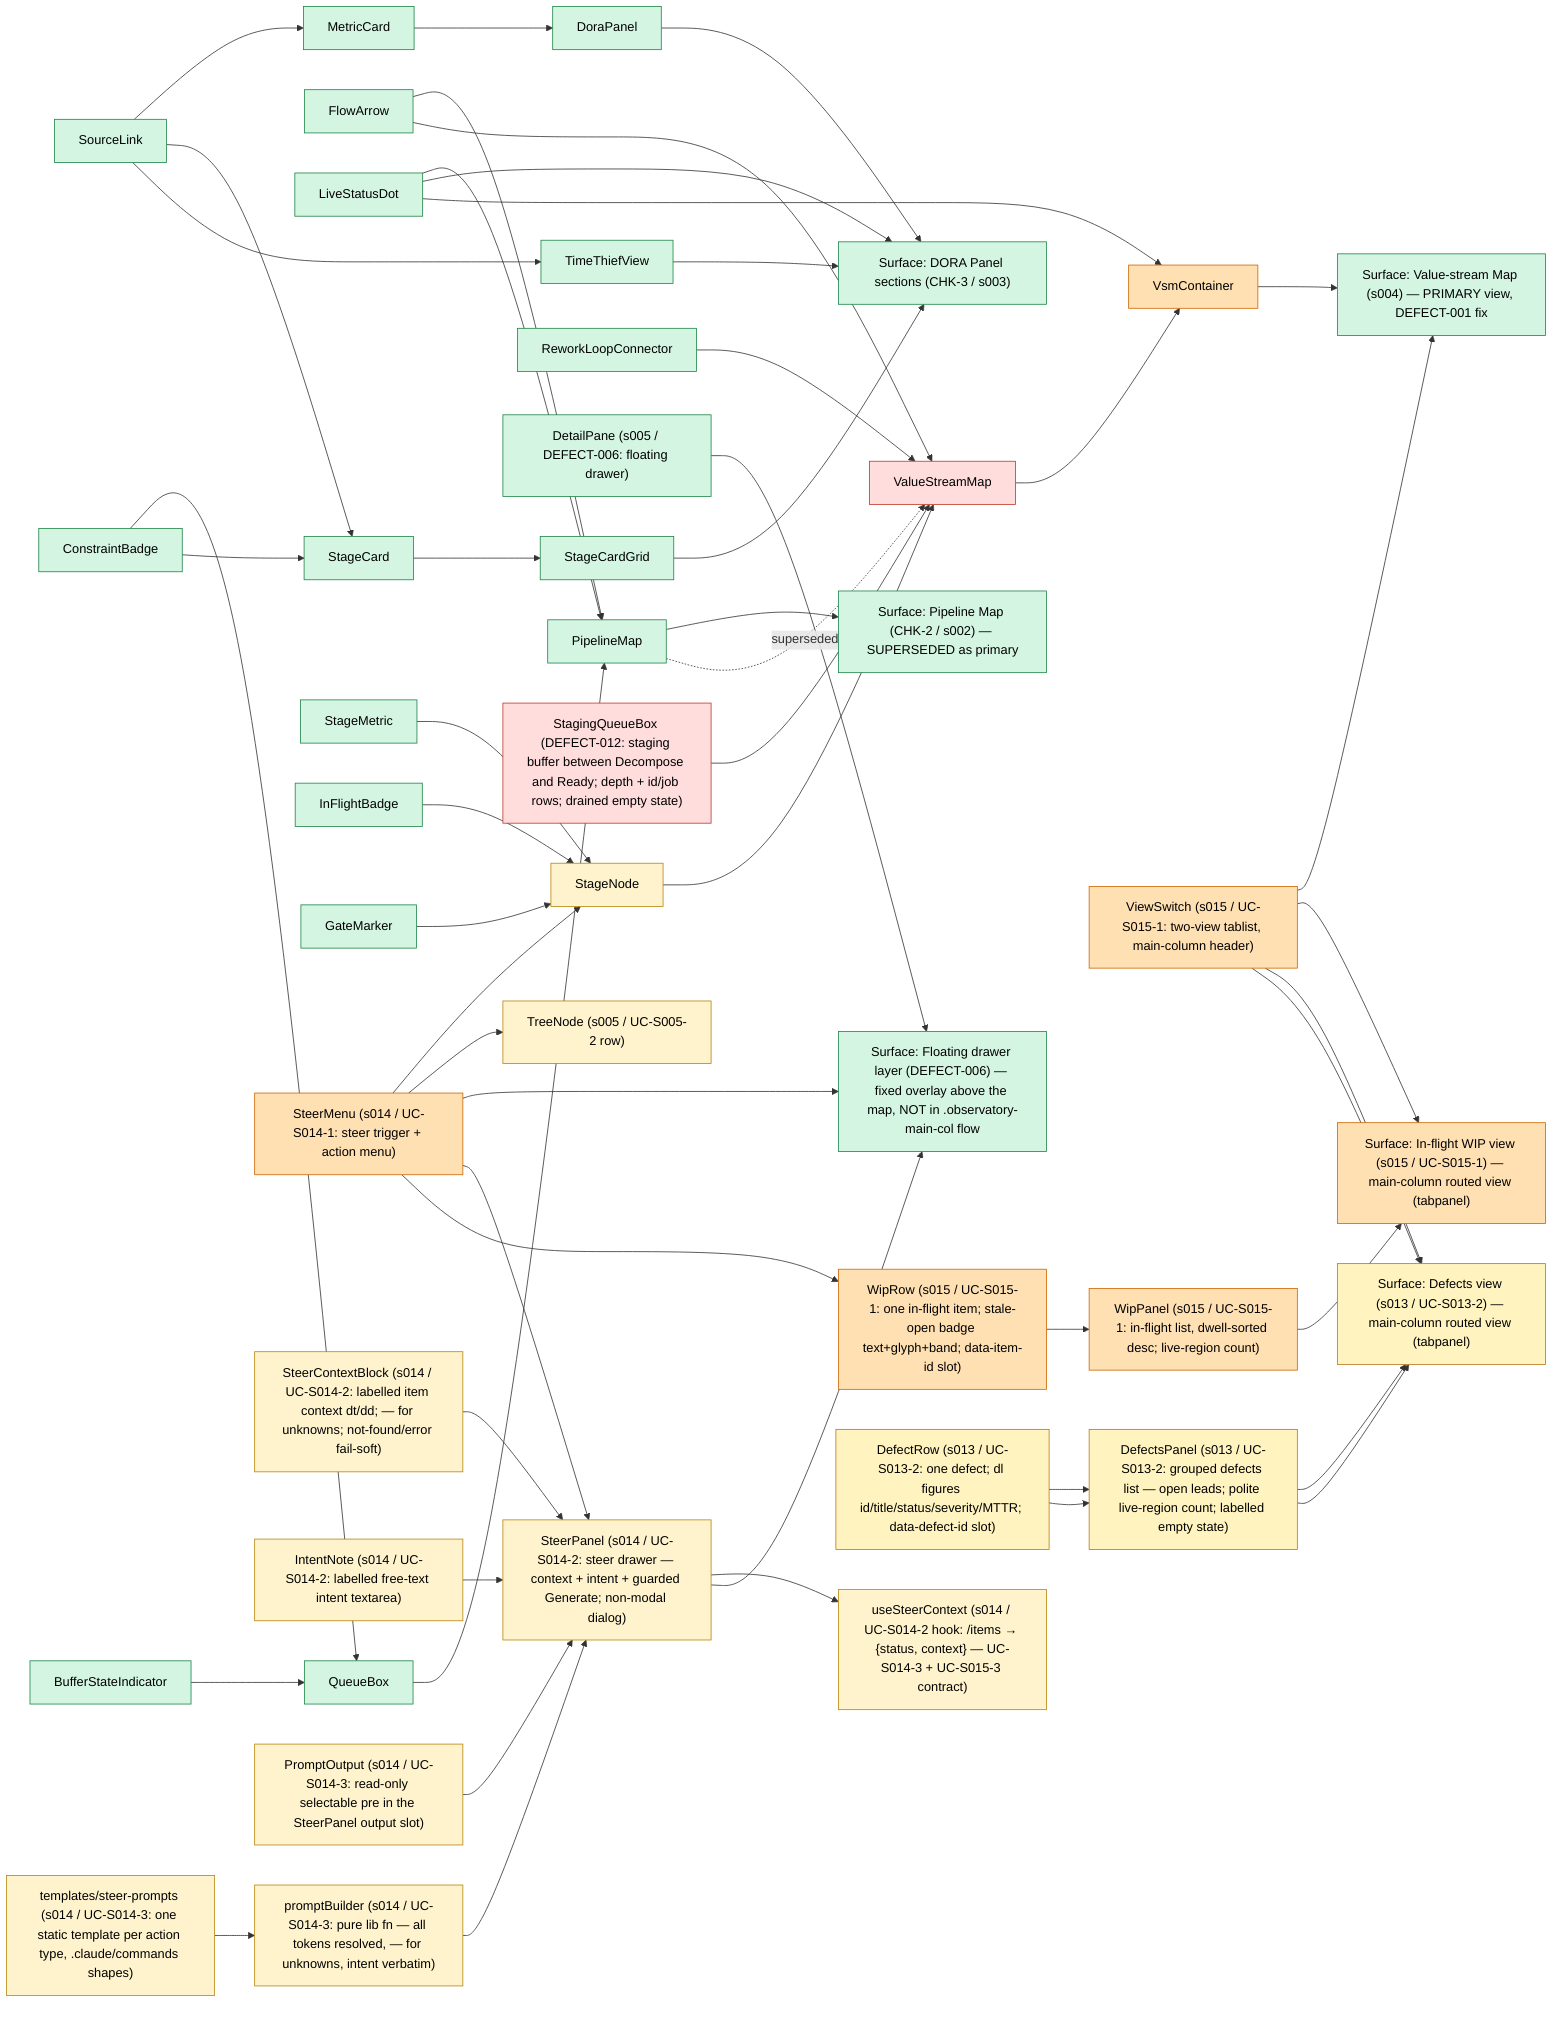
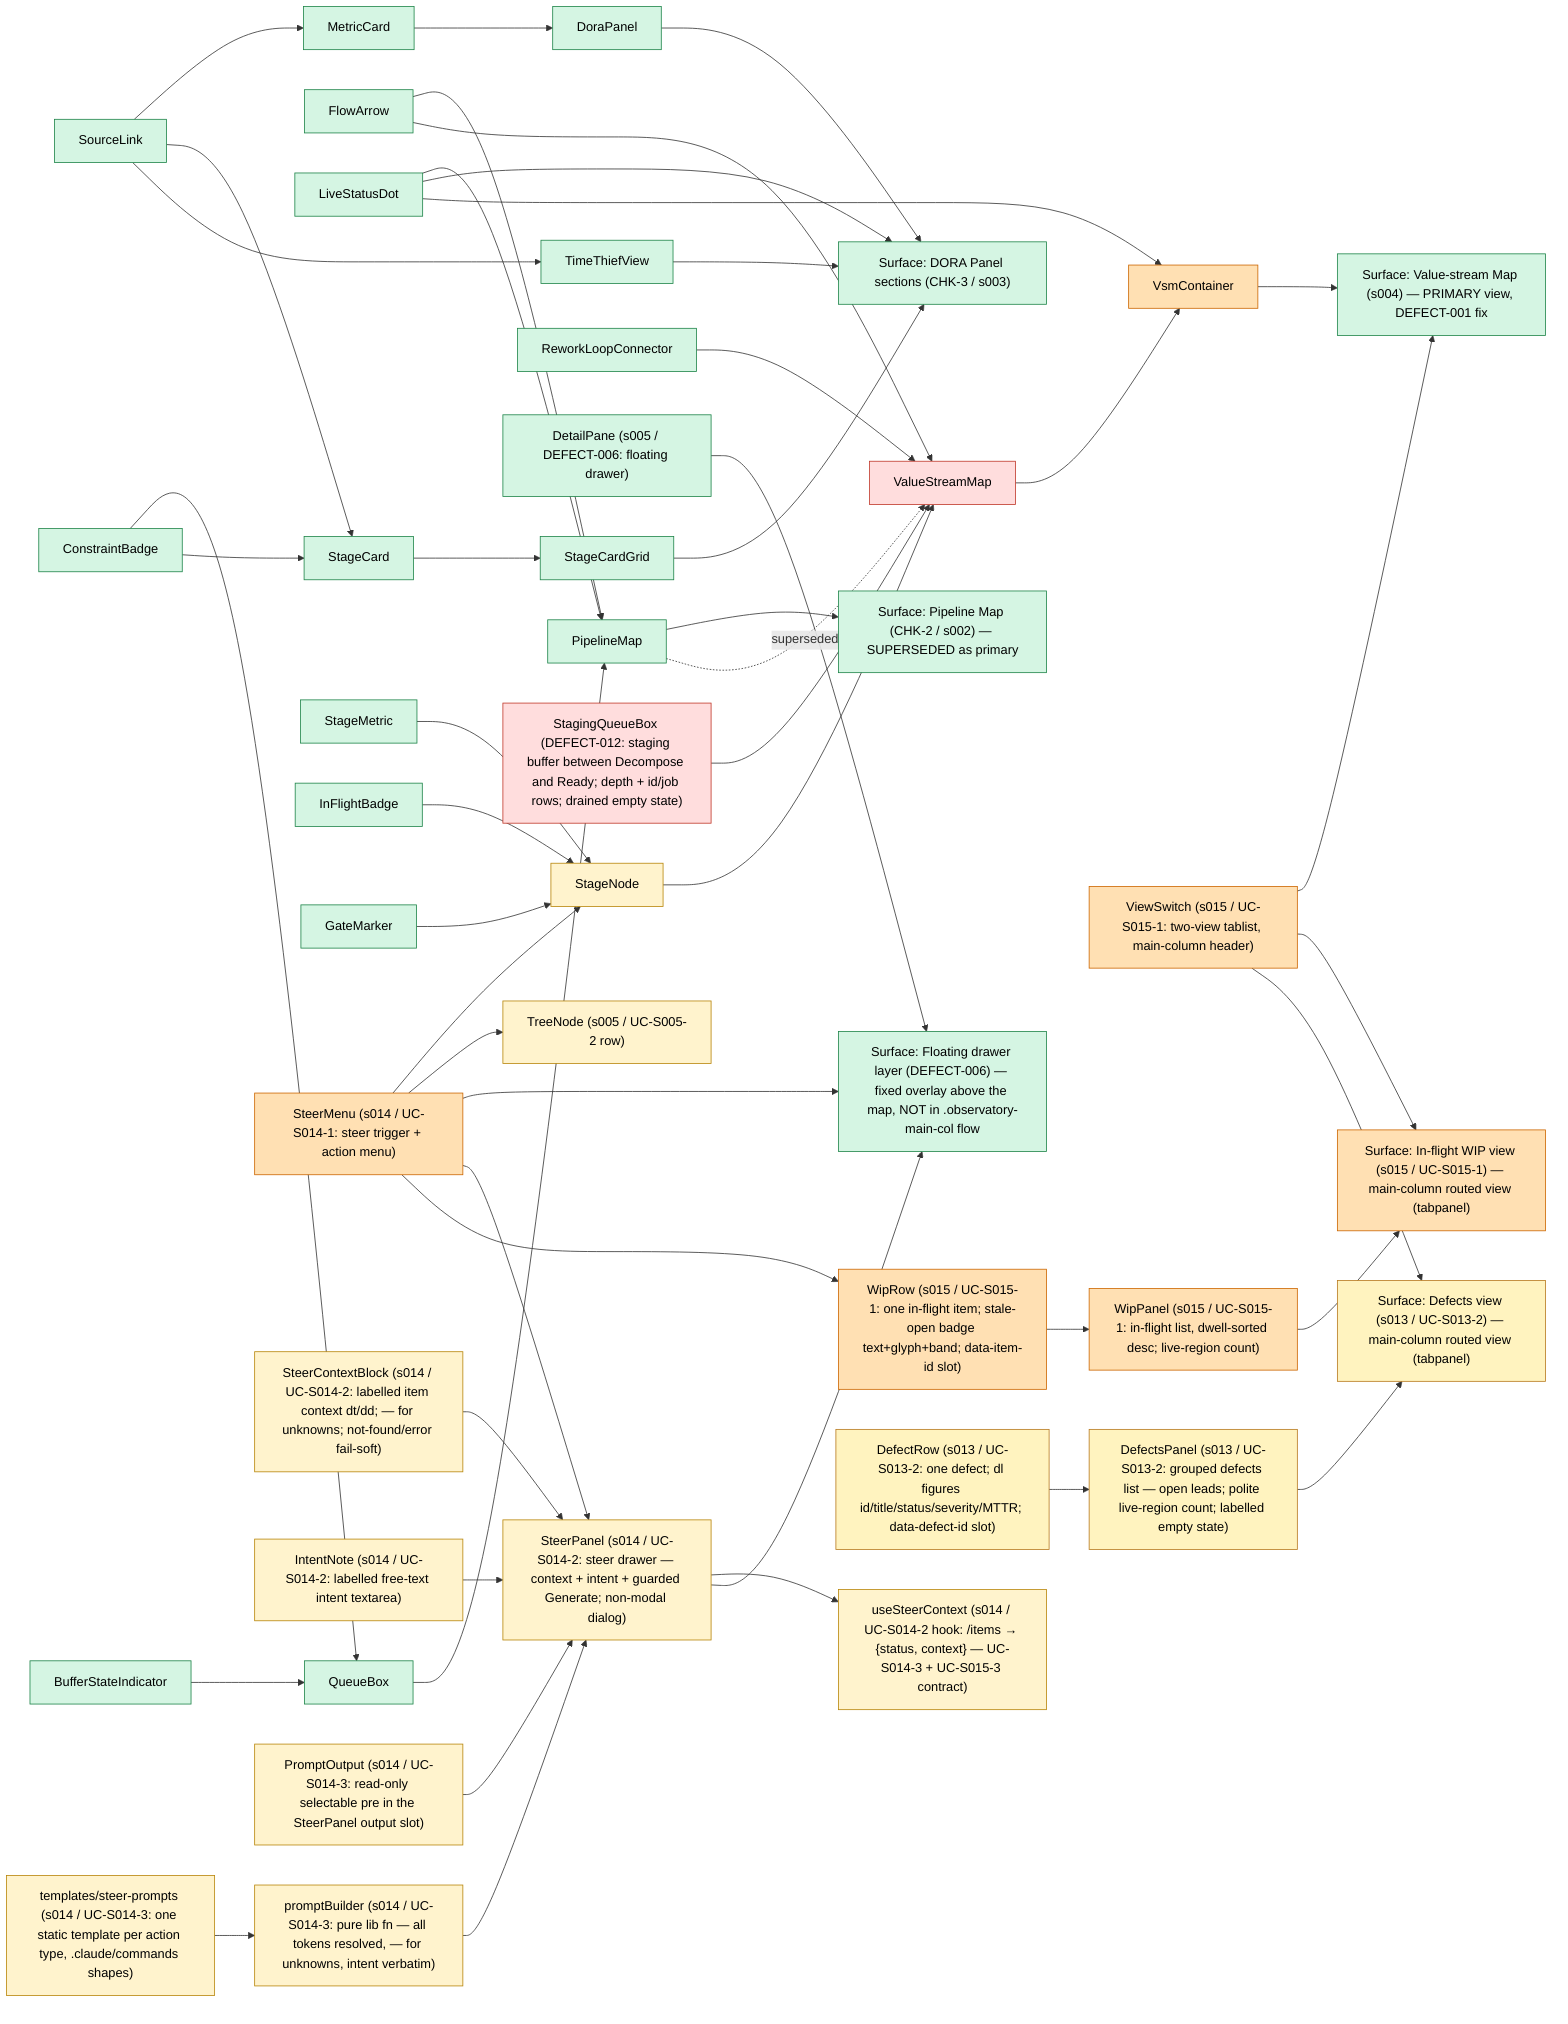
%% Observatory UI change-impact model — design-system components -> surfaces that use them.
%% Owner: ui-designer. Edges = "used by". Nodes/edges added or re-pointed in a commit
%% are marked `class ... changed` in the SAME commit; the tester consumes the marks
%% as the UI test-plan input, then they are cleared at slice delivery.
%% Seeded: s002-pipeline-map (CHK-2) — DELIVERED 2026-06-09T02:22:00Z; all nodes stable.
graph LR
  %% --- surfaces ---
  PipelineMapScreen["Surface: Pipeline Map (CHK-2 / s002) — SUPERSEDED as primary"]
  DoraPanelScreen["Surface: DORA Panel sections (CHK-3 / s003)"]
  ValueStreamScreen["Surface: Value-stream Map (s004) — PRIMARY view, DEFECT-001 fix"]
  ObservatoryDrawerLayer["Surface: Floating drawer layer (DEFECT-006) — fixed overlay above the map, NOT in .observatory-main-col flow"]

  %% --- design-system components ---
  PipelineMap["PipelineMap"]
  QueueBox["QueueBox"]
  BufferStateIndicator["BufferStateIndicator"]
  ConstraintBadge["ConstraintBadge"]
  FlowArrow["FlowArrow"]
  LiveStatusDot["LiveStatusDot"]
  DoraPanel["DoraPanel"]
  MetricCard["MetricCard"]
  StageCardGrid["StageCardGrid"]
  StageCard["StageCard"]
  TimeThiefView["TimeThiefView"]
  SourceLink["SourceLink"]
  %% s004 value-stream components (DEFECT-001 fix) — mounted as the PRIMARY view
  VsmContainer["VsmContainer"]
  ValueStreamMap["ValueStreamMap"]
  StageNode["StageNode"]
  StageMetric["StageMetric"]
  InFlightBadge["InFlightBadge"]
  GateMarker["GateMarker"]
  ReworkLoopConnector["ReworkLoopConnector"]

  %% --- used-by edges ---
  PipelineMap --> PipelineMapScreen
  QueueBox --> PipelineMap
  BufferStateIndicator --> QueueBox
  ConstraintBadge --> QueueBox
  FlowArrow --> PipelineMap
  LiveStatusDot --> PipelineMap
  %% CHK-3 (s003) used-by edges
  DoraPanel --> DoraPanelScreen
  StageCardGrid --> DoraPanelScreen
  TimeThiefView --> DoraPanelScreen
  MetricCard --> DoraPanel
  StageCard --> StageCardGrid
  ConstraintBadge --> StageCard
  SourceLink --> MetricCard
  SourceLink --> StageCard
  SourceLink --> TimeThiefView
  LiveStatusDot --> DoraPanelScreen
  %% s004 (DEFECT-001) used-by edges — the value-stream map becomes the primary surface.
  %% Runtime routing path: main.jsx mounts VsmContainer (NOT MapContainer) → ValueStreamMap.
  VsmContainer --> ValueStreamScreen
  ValueStreamMap --> VsmContainer
  StageNode --> ValueStreamMap
  StageMetric --> StageNode
  InFlightBadge --> StageNode
  GateMarker --> StageNode
  ReworkLoopConnector --> ValueStreamMap
  FlowArrow --> ValueStreamMap
  LiveStatusDot --> VsmContainer
  %% supersession: PipelineMap is no longer mounted as the primary view (still in tree, tested).
  PipelineMap -. superseded-by .-> ValueStreamMap

  %% DEFECT-006: DetailPane RE-POINTED — was an in-flow sibling of ValueStreamMap inside
  %% .observatory-main-col (reflowed the map); now a position:fixed floating drawer on its
  %% own overlay layer. The re-point is the regression-guard input for the tester (GEO-S005-3b).
  DetailPane["DetailPane (s005 / DEFECT-006: floating drawer)"]
  DetailPane --> ObservatoryDrawerLayer

  %% s014 / UC-S014-1: SteerMenu (NEW) — per-item steer trigger + body-portalled
  %% role=menu popover (4 action types). Composed READ-ONLY into the queue chips
  %% (StageNode) and the tree rows (TreeNode); onSteer(itemId, actionType) prop
  %% slot threads VsmContainer→ValueStreamMap→StageNode and WorkItemTree→TreeNode
  %% (no host logic change). The popover renders on the fixed-overlay layer
  %% (DEFECT-006 discipline) — zero flow height, own stacking context.
  %% NOTE for tester: trigger carries data-steer-item-id (NOT data-item-id — that
  %% stays the treeitem's unique selector); MetricSource reveal panels are now
  %% pointer-events:none so they cannot intercept clicks on the chips' triggers.
  TreeNode["TreeNode (s005 / UC-S005-2 row)"]
  SteerMenu["SteerMenu (s014 / UC-S014-1: steer trigger + action menu)"]
  SteerMenu --> StageNode
  SteerMenu --> TreeNode
  SteerMenu --> ObservatoryDrawerLayer

  %% s014 / UC-S014-2: SteerPanel (NEW) — the right-anchored NON-MODAL steer
  %% drawer the SteerMenu opens (DetailPane drawer IDIOM, not the component):
  %% position:fixed + portalled to document.body, z = --z-drawer + 1 (topmost
  %% over a co-open DetailPane). Regions: header → SteerContextBlock (labelled
  %% dt/dd context, data-source anchor) → IntentNote textarea → guarded
  %% "Generate prompt" (aria-disabled until ≥1 char) → UC-S014-3 output SLOT.
  %% Data: useSteerContext(itemId) fetches the EXISTING /items endpoint
  %% (READ-ONLY; no new route) → {status, context} — the contract UC-S014-3
  %% (promptBuilder) and UC-S015-3 (ReslicePreviewPanel) consume verbatim.
  %% RUNTIME ROUTING for the tester: ObservatoryView now OWNS the steer gesture
  %% — onSteer threads ObservatoryView→WorkItemTreeContainer→WorkItemTree→
  %% TreeNode→SteerMenu AND ObservatoryView→VsmContainer→ValueStreamMap→
  %% StageNode→SteerMenu (UC-S014-1's stub destination is now real); selection
  %% mounts SteerPanelContainer as a layout sibling (body-portalled overlay).
  %% Esc/×/Cancel close → focus RETURNS to the opening steer trigger.
  SteerPanel["SteerPanel (s014 / UC-S014-2: steer drawer — context + intent + guarded Generate; non-modal dialog)"]
  SteerContextBlock["SteerContextBlock (s014 / UC-S014-2: labelled item context dt/dd; — for unknowns; not-found/error fail-soft)"]
  IntentNote["IntentNote (s014 / UC-S014-2: labelled free-text intent textarea)"]
  UseSteerContext["useSteerContext (s014 / UC-S014-2 hook: /items → {status, context} — UC-S014-3 + UC-S015-3 contract)"]
  SteerMenu --> SteerPanel
  SteerPanel --> UseSteerContext
  SteerContextBlock --> SteerPanel
  IntentNote --> SteerPanel
  SteerPanel --> ObservatoryDrawerLayer

  %% s014 / UC-S014-3 THIS commit: promptBuilder (NEW) — PURE lib fn (steer
  %% action type + SteerContext + intent note → filled slash-command prompt;
  %% client-side only, NO server call on Generate). Templates are STATIC
  %% strings, one per action type, shapes matching the committed
  %% .claude/commands (/defect's four REAL fields expected/actual/intent/
  %% importance; /intake priority update; /slice-next re-slice; freeform
  %% custom). RUNTIME ROUTING for the tester: SteerPanelContainer (NOT
  %% ObservatoryView — untouched this UC) owns generation — panel onGenerate →
  %% buildPrompt → `prompt` prop → PromptOutput <pre> rendered INSIDE the
  %% UC-S014-2 reserved slot (prompt-output-slot). Output is SELECTABLE text
  %% (user-select: text); prompt carries item id WITH job sentence + operator
  %% intent VERBATIM, never raw row refs (no sourceRef path / row:N). Copy
  %% button/toast + SSE refresh are UC-S014-4 — pinned ABSENT by
  %% SteerPanelPrompt.test.jsx.
  PromptBuilder["promptBuilder (s014 / UC-S014-3: pure lib fn — all tokens resolved, — for unknowns, intent verbatim)"]
  SteerPromptTemplates["templates/steer-prompts (s014 / UC-S014-3: one static template per action type, .claude/commands shapes)"]
  PromptOutput["PromptOutput (s014 / UC-S014-3: read-only selectable pre in the SteerPanel output slot)"]
  PromptBuilder --> SteerPanel
  SteerPromptTemplates --> PromptBuilder
  PromptOutput --> SteerPanel

  %% s015 / UC-S015-1: WIP navigation panel — ROUTED VIEW (EXP-016). ObservatoryView's
  %% main column gains a ViewSwitch tablist ("Pipeline" | "In-flight WIP") that swaps
  %% the column content between VsmContainer (default) and WipPanel. The two surfaces
  %% NEVER co-exist (inactive tabpanel is hidden AND empty → genuinely unmounted), so
  %% there is no overlay-reflow failure mode by construction (GEO-S015-1).
  %% RUNTIME ROUTING CHANGE for the tester: VsmContainer is now mounted CONDITIONALLY
  %% inside the pipeline tabpanel (was: unconditionally in .observatory-main-col) —
  %% GEO-S015-1 pins that switch-away-and-back restores a byte-identical VSM bbox.
  %% WipRow carries data-item-id — the composition slot UC-S015-2's SteerMenu reads.
  WipViewScreen["Surface: In-flight WIP view (s015 / UC-S015-1) — main-column routed view (tabpanel)"]
  ViewSwitch["ViewSwitch (s015 / UC-S015-1: two-view tablist, main-column header)"]
  WipPanel["WipPanel (s015 / UC-S015-1: in-flight list, dwell-sorted desc; live-region count)"]
  WipRow["WipRow (s015 / UC-S015-1: one in-flight item; stale-open badge text+glyph+band; data-item-id slot)"]
  ViewSwitch --> ValueStreamScreen
  ViewSwitch --> WipViewScreen
  WipPanel --> WipViewScreen
  WipRow --> WipPanel

  %% s015 / UC-S015-2 THIS commit: SteerMenu composed READ-ONLY into WipRow as the
  %% trailing row element (the TreeNode/StageNode idiom; trigger rides
  %% data-steer-item-id, the row keeps data-item-id unique). RUNTIME ROUTING for
  %% the tester: onSteer threads ObservatoryView→WipPanelContainer→WipPanel→
  %% WipRow→SteerMenu; ALL FOUR actions (incl. re-slice — explicit no-dead-end,
  %% interim until UC-S015-3 re-points that one branch) open the EXISTING
  %% SteerPanel with the item pre-loaded; close returns focus to the WIP-row trigger.
  SteerMenu --> WipRow

  %% DEFECT-012: StagingQueueBox (NEW) — the staging buffer ("decomposed,
  %% awaiting triage") rendered INSIDE ValueStreamMap's queue lane BETWEEN the
  %% Decompose and Ready stage nodes, wrapped with two MiniArrows in the
  %% .staging-handoff flex item (replaces the old decompose→ready FlowArrow).
  %% Data: VsmContainer loads GET /queues/staging (getStagingQueue) and passes
  %% the {queue,depth,rows} envelope down; re-fetches on a staging.csv SSE frame.
  %% NOTE for tester: box is NOT focusable (A11Y-3 tab walk unchanged); testid
  %% staging-buffer (NOT stage-*); depth 0 renders an explicit drained state.
  StagingQueueBox["StagingQueueBox (DEFECT-012: staging buffer between Decompose and Ready; depth + id/job rows; drained empty state)"]
  StagingQueueBox --> ValueStreamMap
- 
-   %% s013 / UC-S013-2: Defects view — THIRD ROUTED VIEW in the main column.
-   %% ViewSwitch (s015, EXTENDED — no fork: the TABS table grew to three; the
-   %% active/onSelect contract is unchanged) now fans out to THREE view screens.
-   %% DefectsPanel lists the /defects records grouped CONFIRMED-first then CLOSED
-   %% (grouping/sort in useDefects — the panel is pure render); same hidden-AND-
-   %% empty tabpanel discipline as the WIP view (GEO-S013-2-1: lossless switch).
-   %% NOTE for tester: DefectRow carries data-defect-id (NOT data-item-id — that
-   %% stays the tree/WIP unique contract) — the slot UC-S013-3's drill composes
-   %% against. Open row cue = "OPEN" text + ⚠ glyph + --c-state-over band (never
-   %% colour alone); ledger-only null severity renders "—"; open MTTR renders
-   %% "open", never "0". Heading focus is a LAYOUT effect (sha 0c2b49c idiom —
-   %% deterministic on mount, never racing a re-render).
-   DefectsViewScreen["Surface: Defects view (s013 / UC-S013-2) — main-column routed view (tabpanel)"]
-   DefectsPanel["DefectsPanel (s013 / UC-S013-2: grouped defects list — open leads; polite live-region count; labelled empty state)"]
-   DefectRow["DefectRow (s013 / UC-S013-2: one defect; dl figures id/title/status/severity/MTTR; data-defect-id slot)"]
-   ViewSwitch --> DefectsViewScreen
-   DefectsPanel --> DefectsViewScreen
-   DefectRow --> DefectsPanel

  %% s013 / UC-S013-2: Defects view — THIRD ROUTED VIEW in the main column.
  %% ViewSwitch (s015, EXTENDED — no fork: the TABS table grew to three; the
  %% active/onSelect contract is unchanged) now fans out to THREE view screens.
  %% DefectsPanel lists the /defects records grouped CONFIRMED-first then CLOSED
  %% (grouping/sort in useDefects — the panel is pure render); same hidden-AND-
  %% empty tabpanel discipline as the WIP view (GEO-S013-2-1: lossless switch).
  %% NOTE for tester: DefectRow carries data-defect-id (NOT data-item-id — that
  %% stays the tree/WIP unique contract) — the slot UC-S013-3's drill composes
  %% against. Open row cue = "OPEN" text + ⚠ glyph + --c-state-over band (never
  %% colour alone); ledger-only null severity renders "—"; open MTTR renders
  %% "open", never "0". Heading focus is a LAYOUT effect (sha 0c2b49c idiom —
  %% deterministic on mount, never racing a re-render).
  DefectsViewScreen["Surface: Defects view (s013 / UC-S013-2) — main-column routed view (tabpanel)"]
  DefectsPanel["DefectsPanel (s013 / UC-S013-2: grouped defects list — open leads; polite live-region count; labelled empty state)"]
  DefectRow["DefectRow (s013 / UC-S013-2: one defect; dl figures id/title/status/severity/MTTR; data-defect-id slot)"]
  ViewSwitch --> DefectsViewScreen
  DefectsPanel --> DefectsViewScreen
  DefectRow --> DefectsPanel

  classDef delivered fill:#d5f5e3,stroke:#1e8449,color:#000;
  %% CHK-3 (s003) DROPPED — scope absorbed into CHK-2 restated done-condition (s004 delivered).
  %% s004 DELIVERED 2026-06-10T11:00:00Z — CHK-2 done-condition MET.
  %% DEFECT-006 FIXED — DetailPane floating-drawer re-point delivered as part of s005 (CHK-4 done 2026-06-10T19:00:00Z).
  %% All of the above: s003-changed, s004changed, defect006changed marks cleared at their delivery.
  %% (ValueStreamMap moved to def012changed below — DEFECT-012 queue-lane re-route.)
  class PipelineMapScreen,PipelineMap,QueueBox,BufferStateIndicator,ConstraintBadge,FlowArrow,LiveStatusDot,DoraPanelScreen,DoraPanel,MetricCard,StageCardGrid,StageCard,TimeThiefView,SourceLink,ValueStreamScreen,VsmContainer,StageMetric,InFlightBadge,GateMarker,ReworkLoopConnector,DetailPane,ObservatoryDrawerLayer delivered;
  %% s014 still in-flight: UC-S014-1+2 done but UC-S014-3/4 planned; SteerMenu+StageNode+TreeNode
  %% remain in blast radius for the remaining s014 UCs (prompt builder, clipboard/SSE).
  %% UC-S014-2 THIS commit: SteerPanel/SteerContextBlock/IntentNote/useSteerContext added;
  %% SteerMenu→SteerPanel edge made real (onSteer now opens the panel — ObservatoryView +
  %% WorkItemTreeContainer carry the pass-through). Tester UI test-plan input.
  %% Convention: s014changed cleared only at full s014 slice delivery after tester final sign-off.
  classDef s014changed fill:#fff3cd,stroke:#b8860b,color:#000;
  %% UC-S014-3 THIS commit: PromptBuilder/SteerPromptTemplates/PromptOutput added;
  %% SteerPanel + its container gained the prompt prop + generation wiring
  %% (ObservatoryView untouched). Tester UI test-plan input.
  class SteerMenu,TreeNode,StageNode,SteerPanel,SteerContextBlock,IntentNote,UseSteerContext,PromptBuilder,SteerPromptTemplates,PromptOutput s014changed;
  %% s015 / UC-S015-1 nodes added + VsmContainer re-pointed (conditional
  %% mount inside the pipeline tabpanel); UC-S015-2 adds the SteerMenu --> WipRow
  %% edge (trailing steer composition; SteerMenu joins the s015 blast radius —
  %% it keeps its s014changed mark, s014 still in flight, but the WipRow hosting
  %% edge is s015's). Tester UI test-plan input; cleared at s015 delivery after
  %% the tester consumes.
  classDef s015changed fill:#ffe0b3,stroke:#cc6600,color:#000;
  class WipViewScreen,ViewSwitch,WipPanel,WipRow,VsmContainer,SteerMenu s015changed;
  %% DEFECT-012 — StagingQueueBox added + ValueStreamMap queue lane re-routed
  %% (decompose→staging→ready connectors); cleared at delivery after the tester consumes.
  classDef def012changed fill:#fdd,stroke:#c0392b,color:#000;
  class StagingQueueBox,ValueStreamMap def012changed;
  %% s013 / UC-S013-2 — DefectsViewScreen/DefectsPanel/DefectRow added THIS commit;
  %% ViewSwitch EXTENDED to three tabs in the same commit (it keeps its s015changed
  %% mark — s015 is still in flight — but it IS in the s013 blast radius too: the
  %% ViewSwitch --> DefectsViewScreen edge above is s013's). Tester UI test-plan
  %% input; cleared at s013 delivery after the tester consumes.
  classDef s013changed fill:#fff3bf,stroke:#b7791f,color:#000;
  class DefectsViewScreen,DefectsPanel,DefectRow s013changed;
-   %% s013 / UC-S013-2 — DefectsViewScreen/DefectsPanel/DefectRow added THIS commit;
-   %% ViewSwitch EXTENDED to three tabs in the same commit (it keeps its s015changed
-   %% mark — s015 is still in flight — but it IS in the s013 blast radius too: the
-   %% ViewSwitch --> DefectsViewScreen edge above is s013's). Tester UI test-plan
-   %% input; cleared at s013 delivery after the tester consumes.
-   classDef s013changed fill:#fff3bf,stroke:#b7791f,color:#000;
-   class DefectsViewScreen,DefectsPanel,DefectRow s013changed;
